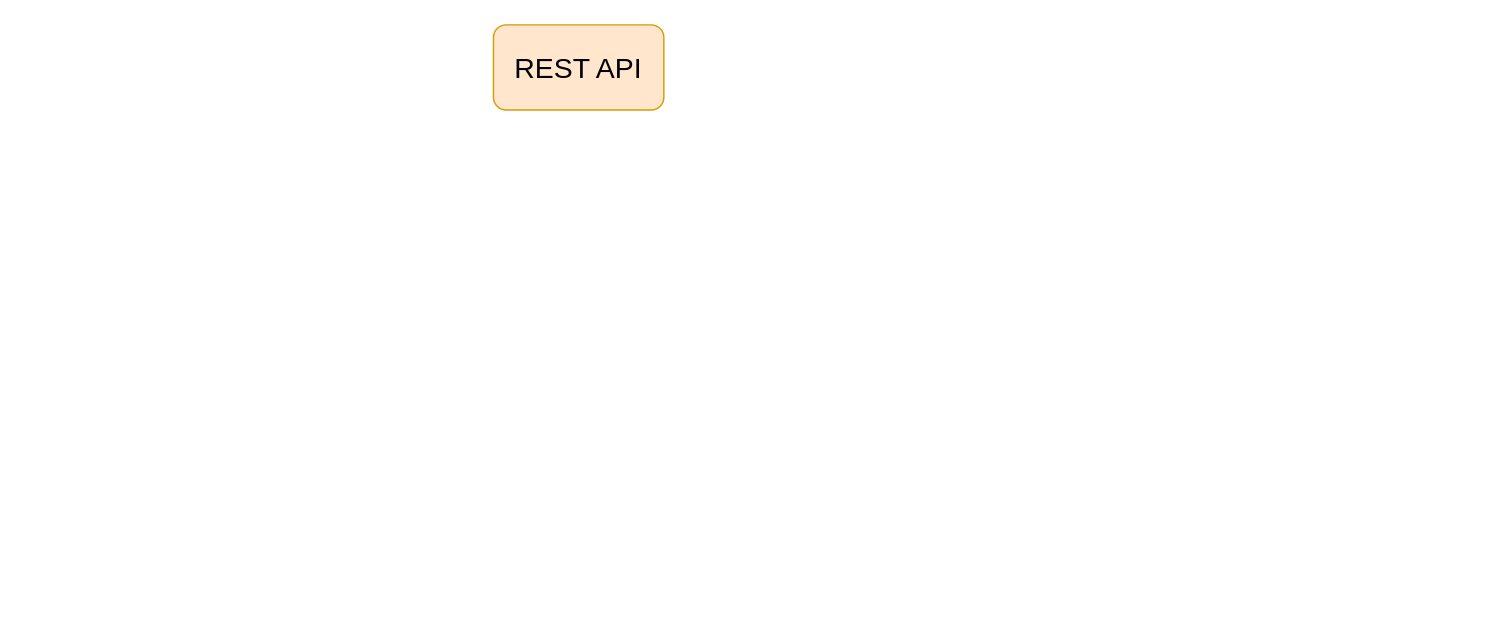
Above: page "REST API" (3 of 3) of charts/logistic project.drawio in Ivnchev/courier-application (draw.io), before the change. Source tidied: cells renumbered, new cells numbered last; positions are measured from the earlier drawing's top-left corner, leaving out a move shared by most shapes. Both pictures are drawn from the tidied source at 142%, with x=0, y=0 at pixel (493, 24).
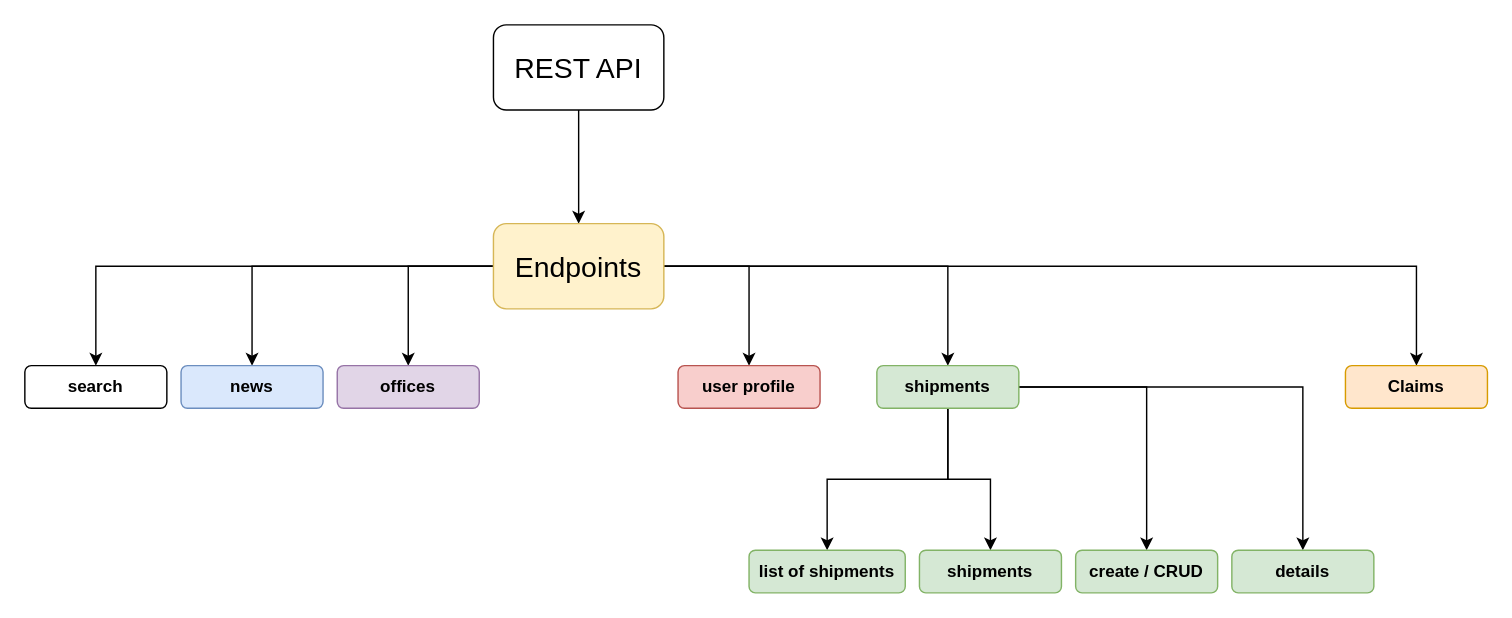
The same diagram, later.

Change to the diagram source:
```diff
@@
+    <mxCell id="3" style="edgeStyle=orthogonalEdgeStyle;rounded=0;jettySize=auto;html=1;entryX=0.5;entryY=0;entryDx=0;entryDy=0;" parent="1" edge="1" source="2" target="10">
+      <mxGeometry relative="1" as="geometry" />
+    </mxCell>
-    <mxCell id="2" value="REST API" style="rounded=1;whiteSpace=wrap;html=1;fontSize=20;fillColor=#ffe6cc;strokeColor=#d79b00;" parent="1" vertex="1">
+    <mxCell id="2" value="REST API" style="rounded=1;whiteSpace=wrap;html=1;fontSize=20;" parent="1" vertex="1">
       <mxGeometry width="120" height="60" as="geometry" />
     </mxCell>
+    <mxCell id="4" style="edgeStyle=orthogonalEdgeStyle;rounded=0;jettySize=auto;html=1;entryX=0.5;entryY=0;entryDx=0;entryDy=0;" parent="1" edge="1" source="10" target="11">
+      <mxGeometry relative="1" as="geometry" />
+    </mxCell>
+    <mxCell id="5" style="edgeStyle=orthogonalEdgeStyle;rounded=0;jettySize=auto;html=1;entryX=0.5;entryY=0;entryDx=0;entryDy=0;" parent="1" edge="1" source="10" target="12">
+      <mxGeometry relative="1" as="geometry" />
+    </mxCell>
+    <mxCell id="6" style="edgeStyle=orthogonalEdgeStyle;rounded=0;jettySize=auto;html=1;entryX=0.5;entryY=0;entryDx=0;entryDy=0;" parent="1" edge="1" source="10" target="13">
+      <mxGeometry relative="1" as="geometry" />
+    </mxCell>
+    <mxCell id="7" style="edgeStyle=orthogonalEdgeStyle;rounded=0;jettySize=auto;html=1;entryX=0.5;entryY=0;entryDx=0;entryDy=0;" parent="1" edge="1" source="10" target="14">
+      <mxGeometry relative="1" as="geometry" />
+    </mxCell>
+    <mxCell id="8" style="edgeStyle=orthogonalEdgeStyle;rounded=0;jettySize=auto;html=1;entryX=0.5;entryY=0;entryDx=0;entryDy=0;" parent="1" edge="1" source="10" target="19">
+      <mxGeometry relative="1" as="geometry" />
+    </mxCell>
+    <mxCell id="9" style="edgeStyle=orthogonalEdgeStyle;rounded=0;jettySize=auto;html=1;entryX=0.5;entryY=0;entryDx=0;entryDy=0;" parent="1" edge="1" source="10" target="24">
+      <mxGeometry relative="1" as="geometry" />
+    </mxCell>
+    <mxCell id="10" value="Endpoints" style="rounded=1;whiteSpace=wrap;html=1;fontSize=20;fillColor=#fff2cc;strokeColor=#d6b656;" parent="1" vertex="1">
+      <mxGeometry y="140" width="120" height="60" as="geometry" />
+    </mxCell>
+    <mxCell id="11" value="search" style="whiteSpace=wrap;html=1;rounded=1;fontSize=12;fontStyle=1;" parent="1" vertex="1">
+      <mxGeometry x="-330" y="240" width="100" height="30" as="geometry" />
+    </mxCell>
+    <mxCell id="12" value="news" style="rounded=1;whiteSpace=wrap;html=1;fontSize=12;fillColor=#dae8fc;strokeColor=#6c8ebf;fontStyle=1;" parent="1" vertex="1">
+      <mxGeometry x="-220" y="240" width="100" height="30" as="geometry" />
+    </mxCell>
+    <mxCell id="13" value="offices" style="rounded=1;whiteSpace=wrap;html=1;fontSize=12;fillColor=#e1d5e7;strokeColor=#9673a6;fontStyle=1;" parent="1" vertex="1">
+      <mxGeometry x="-110" y="240" width="100" height="30" as="geometry" />
+    </mxCell>
+    <mxCell id="14" value="user profile" style="rounded=1;whiteSpace=wrap;html=1;fontSize=12;fillColor=#f8cecc;strokeColor=#b85450;fontStyle=1;" parent="1" vertex="1">
+      <mxGeometry x="130" y="240" width="100" height="30" as="geometry" />
+    </mxCell>
+    <mxCell id="15" style="edgeStyle=orthogonalEdgeStyle;rounded=0;jettySize=auto;html=1;entryX=0.5;entryY=0;entryDx=0;entryDy=0;" parent="1" edge="1" source="19" target="20">
+      <mxGeometry relative="1" as="geometry" />
+    </mxCell>
+    <mxCell id="16" style="edgeStyle=orthogonalEdgeStyle;rounded=0;jettySize=auto;html=1;entryX=0.5;entryY=0;entryDx=0;entryDy=0;" parent="1" edge="1" source="19" target="21">
+      <mxGeometry relative="1" as="geometry" />
+    </mxCell>
+    <mxCell id="17" style="edgeStyle=orthogonalEdgeStyle;rounded=0;jettySize=auto;html=1;entryX=0.5;entryY=0;entryDx=0;entryDy=0;" parent="1" edge="1" source="19" target="22">
+      <mxGeometry relative="1" as="geometry" />
+    </mxCell>
+    <mxCell id="18" style="edgeStyle=orthogonalEdgeStyle;rounded=0;jettySize=auto;html=1;entryX=0.5;entryY=0;entryDx=0;entryDy=0;" parent="1" edge="1" source="19" target="23">
+      <mxGeometry relative="1" as="geometry" />
+    </mxCell>
+    <mxCell id="19" value="&lt;font style=&quot;font-size: 12px&quot;&gt;shipments&lt;/font&gt;" style="rounded=1;whiteSpace=wrap;html=1;fontSize=12;fillColor=#d5e8d4;strokeColor=#82b366;fontStyle=1;" parent="1" vertex="1">
+      <mxGeometry x="270" y="240" width="100" height="30" as="geometry" />
+    </mxCell>
+    <mxCell id="20" value="&lt;font style=&quot;font-size: 12px&quot;&gt;list of shipments&lt;/font&gt;" style="rounded=1;whiteSpace=wrap;html=1;fontSize=12;fillColor=#d5e8d4;strokeColor=#82b366;fontStyle=1;" parent="1" vertex="1">
+      <mxGeometry x="180" y="370" width="110" height="30" as="geometry" />
+    </mxCell>
+    <mxCell id="21" value="&lt;font style=&quot;font-size: 12px&quot;&gt;shipments&lt;/font&gt;" style="rounded=1;whiteSpace=wrap;html=1;fontSize=12;fillColor=#d5e8d4;strokeColor=#82b366;fontStyle=1;" parent="1" vertex="1">
+      <mxGeometry x="300" y="370" width="100" height="30" as="geometry" />
+    </mxCell>
+    <mxCell id="22" value="&lt;font style=&quot;font-size: 12px&quot;&gt;create / CRUD&lt;/font&gt;" style="rounded=1;whiteSpace=wrap;html=1;fontSize=12;fillColor=#d5e8d4;strokeColor=#82b366;fontStyle=1;" parent="1" vertex="1">
+      <mxGeometry x="410" y="370" width="100" height="30" as="geometry" />
+    </mxCell>
+    <mxCell id="23" value="details" style="rounded=1;whiteSpace=wrap;html=1;fontSize=12;fillColor=#d5e8d4;strokeColor=#82b366;fontStyle=1;" parent="1" vertex="1">
+      <mxGeometry x="520" y="370" width="100" height="30" as="geometry" />
+    </mxCell>
+    <mxCell id="24" value="&lt;font style=&quot;font-size: 12px&quot;&gt;Claims&lt;/font&gt;" style="rounded=1;whiteSpace=wrap;html=1;fontSize=12;fillColor=#ffe6cc;strokeColor=#d79b00;fontStyle=1;" parent="1" vertex="1">
+      <mxGeometry x="600" y="240" width="100" height="30" as="geometry" />
+    </mxCell>
```
